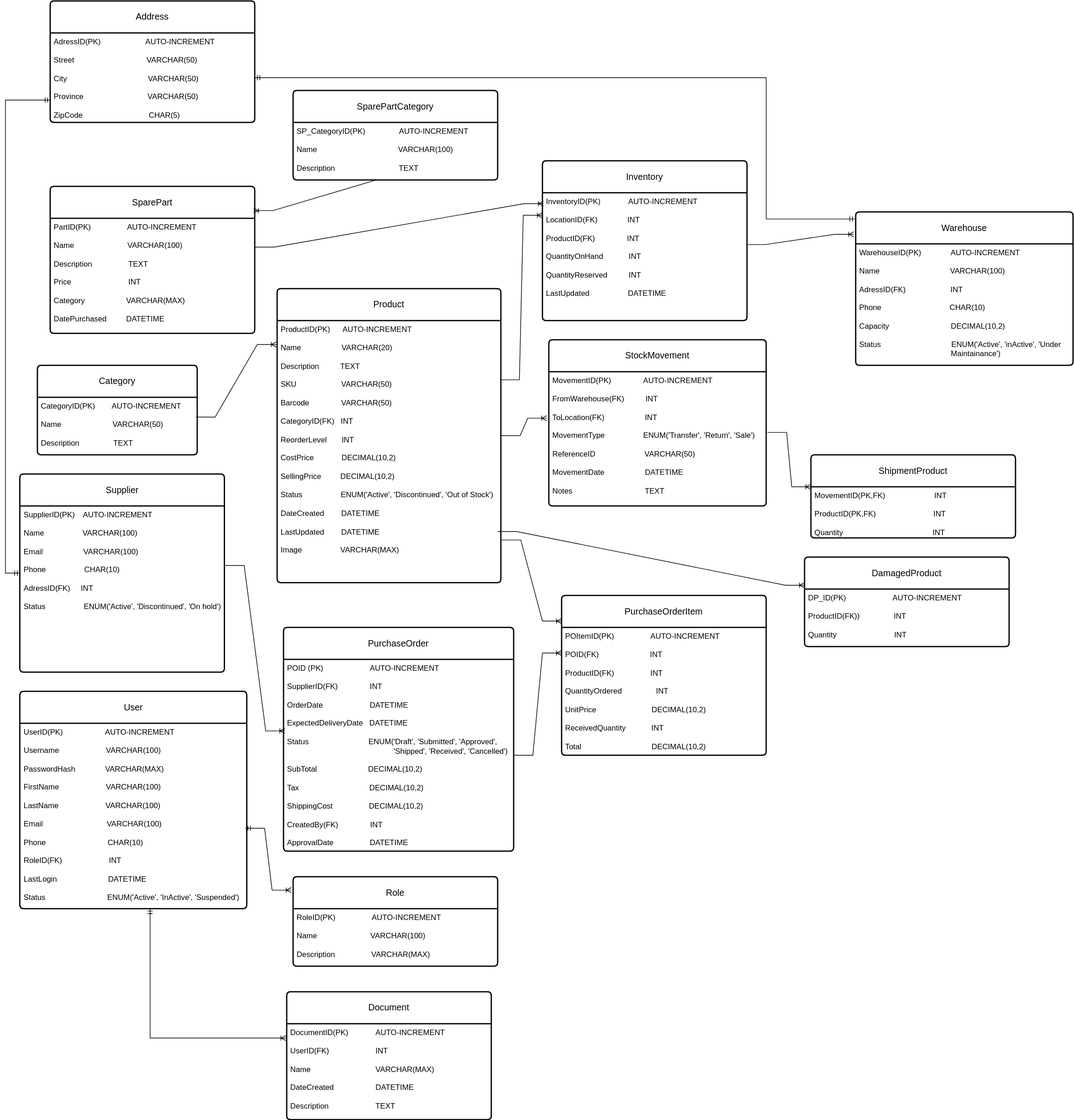
Before: database-design.svg, a diagram exported from draw.io (Simamkele88/IFM3_GP). Source tidied: cells renumbered, new cells last; positions are measured from the earlier drawing's top-left corner, leaving out a move shared by most shapes.
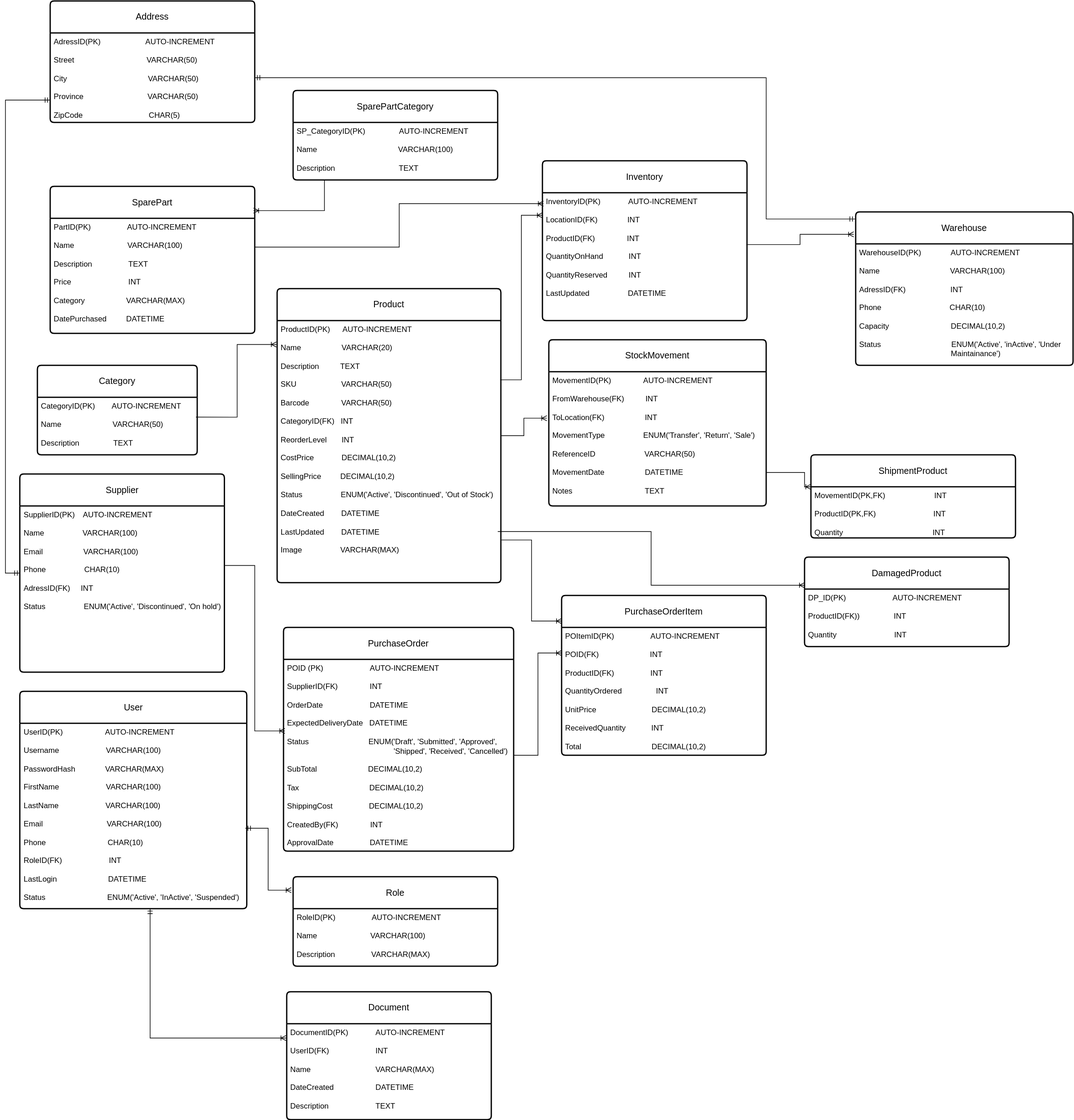
After the change.

Change to the diagram source:
```diff
@@ -23,7 +23,7 @@
     <mxCell id="8" value="Product" style="swimlane;horizontal=1;startSize=50;rounded=1;fontSize=14;fontStyle=0;strokeWidth=2;shadow=0;dashed=0;align=center;arcSize=4;whiteSpace=wrap;html=1;" parent="1" vertex="1">
       <mxGeometry x="425" y="450" width="350" height="460" as="geometry" />
     </mxCell>
-    <mxCell id="9" style="edgeStyle=entityRelationEdgeStyle;fontSize=12;html=1;endArrow=ERoneToMany;rounded=0;entryX=-0.009;entryY=0.346;entryDx=0;entryDy=0;entryPerimeter=0;" parent="8" edge="1" target="24">
+    <mxCell id="9" style="edgeStyle=elbowEdgeStyle;fontSize=12;html=1;endArrow=ERoneToMany;rounded=0;entryX=-0.009;entryY=0.346;entryDx=0;entryDy=0;entryPerimeter=0;" parent="8" edge="1" target="24">
       <mxGeometry relative="1" as="geometry">
         <mxPoint x="350" y="230" as="sourcePoint" />
       </mxGeometry>
@@ -85,32 +85,25 @@
     <mxCell id="28" value="&lt;div&gt;RoleID(PK)&amp;nbsp; &amp;nbsp; &amp;nbsp; &amp;nbsp; &amp;nbsp; &amp;nbsp; &amp;nbsp; &amp;nbsp; &amp;nbsp;AUTO-INCREMENT&lt;/div&gt;&lt;div&gt;&lt;br&gt;&lt;/div&gt;&lt;div&gt;Name&amp;nbsp; &amp;nbsp; &amp;nbsp; &amp;nbsp; &amp;nbsp; &amp;nbsp; &amp;nbsp; &amp;nbsp; &amp;nbsp; &amp;nbsp; &amp;nbsp; &amp;nbsp; &amp;nbsp;VARCHAR(100)&lt;/div&gt;&lt;div&gt;&lt;br&gt;&lt;/div&gt;&lt;div&gt;Description&amp;nbsp; &amp;nbsp; &amp;nbsp; &amp;nbsp; &amp;nbsp; &amp;nbsp; &amp;nbsp; &amp;nbsp; &amp;nbsp;VARCHAR(MAX)&lt;/div&gt;&lt;div&gt;&lt;br&gt;&lt;/div&gt;&lt;div&gt;&lt;br&gt;&lt;/div&gt;" style="align=left;strokeColor=none;fillColor=none;spacingLeft=4;spacingRight=4;fontSize=12;verticalAlign=top;html=1;whiteSpace=wrap;" parent="27" vertex="1">
       <mxGeometry y="50" width="320" height="90" as="geometry" />
     </mxCell>
-    <mxCell id="29" style="edgeStyle=entityRelationEdgeStyle;fontSize=12;html=1;endArrow=ERoneToMany;rounded=0;exitX=0.992;exitY=0.344;exitDx=0;exitDy=0;exitPerimeter=0;entryX=-0.003;entryY=0.091;entryDx=0;entryDy=0;entryPerimeter=0;" parent="1" edge="1" source="12" target="10">
+    <mxCell id="29" style="edgeStyle=orthogonalEdgeStyle;fontSize=12;html=1;endArrow=ERoneToMany;rounded=0;exitX=0.992;exitY=0.344;exitDx=0;exitDy=0;exitPerimeter=0;entryX=-0.003;entryY=0.091;entryDx=0;entryDy=0;entryPerimeter=0;" parent="1" edge="1" source="12" target="10">
       <mxGeometry relative="1" as="geometry" />
     </mxCell>
-    <mxCell id="30" style="edgeStyle=entityRelationEdgeStyle;fontSize=12;html=1;endArrow=ERoneToMany;rounded=0;exitX=0.997;exitY=0.226;exitDx=0;exitDy=0;exitPerimeter=0;entryX=0;entryY=0.176;entryDx=0;entryDy=0;entryPerimeter=0;" parent="1" edge="1" source="10" target="16">
+    <mxCell id="30" style="edgeStyle=elbowEdgeStyle;fontSize=12;html=1;endArrow=ERoneToMany;rounded=0;exitX=0.997;exitY=0.226;exitDx=0;exitDy=0;exitPerimeter=0;entryX=0;entryY=0.176;entryDx=0;entryDy=0;entryPerimeter=0;" parent="1" edge="1" source="10" target="16">
       <mxGeometry relative="1" as="geometry" />
     </mxCell>
-    <mxCell id="31" style="edgeStyle=entityRelationEdgeStyle;fontSize=12;html=1;endArrow=ERoneToMany;rounded=0;entryX=0.006;entryY=0.373;entryDx=0;entryDy=0;entryPerimeter=0;exitX=1.003;exitY=0.358;exitDx=0;exitDy=0;exitPerimeter=0;" parent="1" edge="1" source="14" target="20">
+    <mxCell id="31" style="edgeStyle=elbowEdgeStyle;fontSize=12;html=1;endArrow=ERoneToMany;rounded=0;entryX=0.006;entryY=0.373;entryDx=0;entryDy=0;entryPerimeter=0;exitX=1.003;exitY=0.358;exitDx=0;exitDy=0;exitPerimeter=0;" parent="1" edge="1" source="14" target="20">
       <mxGeometry relative="1" as="geometry" />
     </mxCell>
-    <mxCell id="32" style="edgeStyle=entityRelationEdgeStyle;fontSize=12;html=1;endArrow=ERoneToMany;rounded=0;entryX=0;entryY=0.2;entryDx=0;entryDy=0;entryPerimeter=0;" parent="1" edge="1" source="20" target="22">
+    <mxCell id="32" style="edgeStyle=elbowEdgeStyle;fontSize=12;html=1;endArrow=ERoneToMany;rounded=0;entryX=0;entryY=0.2;entryDx=0;entryDy=0;entryPerimeter=0;" parent="1" edge="1" source="20" target="22">
       <mxGeometry relative="1" as="geometry" />
     </mxCell>
-    <mxCell id="33" style="edgeStyle=entityRelationEdgeStyle;fontSize=12;html=1;endArrow=ERoneToMany;rounded=0;entryX=0;entryY=0.16;entryDx=0;entryDy=0;entryPerimeter=0;exitX=1.003;exitY=0.837;exitDx=0;exitDy=0;exitPerimeter=0;" parent="1" edge="1" source="10" target="21">
-      <mxGeometry relative="1" as="geometry">
-        <Array as="points">
-          <mxPoint x="1170" y="960" />
-          <mxPoint x="1070" y="970" />
-          <mxPoint x="1080" y="970" />
-          <mxPoint x="1120" y="970" />
-        </Array>
-      </mxGeometry>
+    <mxCell id="33" style="edgeStyle=elbowEdgeStyle;fontSize=12;html=1;endArrow=ERoneToMany;rounded=0;entryX=0;entryY=0.16;entryDx=0;entryDy=0;entryPerimeter=0;exitX=1.003;exitY=0.837;exitDx=0;exitDy=0;exitPerimeter=0;" parent="1" edge="1" source="10" target="21">
+      <mxGeometry relative="1" as="geometry" />
     </mxCell>
-    <mxCell id="34" style="edgeStyle=entityRelationEdgeStyle;fontSize=12;html=1;endArrow=ERoneToMany;rounded=0;entryX=-0.009;entryY=0.146;entryDx=0;entryDy=0;entryPerimeter=0;exitX=0.997;exitY=0.405;exitDx=0;exitDy=0;exitPerimeter=0;" parent="1" edge="1" source="16" target="17">
+    <mxCell id="34" style="edgeStyle=elbowEdgeStyle;fontSize=12;html=1;endArrow=ERoneToMany;rounded=0;entryX=-0.009;entryY=0.146;entryDx=0;entryDy=0;entryPerimeter=0;exitX=0.997;exitY=0.405;exitDx=0;exitDy=0;exitPerimeter=0;" parent="1" edge="1" source="16" target="17">
       <mxGeometry relative="1" as="geometry" />
     </mxCell>
-    <mxCell id="35" style="edgeStyle=entityRelationEdgeStyle;fontSize=12;html=1;endArrow=ERoneToMany;startArrow=ERmandOne;rounded=0;entryX=-0.009;entryY=0.15;entryDx=0;entryDy=0;entryPerimeter=0;exitX=0.994;exitY=0.566;exitDx=0;exitDy=0;exitPerimeter=0;" parent="1" edge="1" source="26" target="27">
+    <mxCell id="35" style="edgeStyle=elbowEdgeStyle;fontSize=12;html=1;endArrow=ERoneToMany;startArrow=ERmandOne;rounded=0;entryX=-0.009;entryY=0.15;entryDx=0;entryDy=0;entryPerimeter=0;exitX=0.994;exitY=0.566;exitDx=0;exitDy=0;exitPerimeter=0;" parent="1" edge="1" source="26" target="27">
       <mxGeometry relative="1" as="geometry" />
     </mxCell>
     <mxCell id="36" value="SparePart" style="swimlane;horizontal=1;startSize=50;rounded=1;fontSize=14;fontStyle=0;strokeWidth=2;shadow=0;dashed=0;align=center;arcSize=4;whiteSpace=wrap;html=1;" parent="1" vertex="1">
@@ -132,7 +125,7 @@
         </Array>
       </mxGeometry>
     </mxCell>
-    <mxCell id="41" style="edgeStyle=entityRelationEdgeStyle;fontSize=12;html=1;endArrow=ERoneToMany;rounded=0;exitX=1;exitY=0.25;exitDx=0;exitDy=0;entryX=0.005;entryY=0.085;entryDx=0;entryDy=0;entryPerimeter=0;" parent="1" edge="1" source="37" target="16">
+    <mxCell id="41" style="edgeStyle=elbowEdgeStyle;fontSize=12;html=1;endArrow=ERoneToMany;rounded=0;exitX=1;exitY=0.25;exitDx=0;exitDy=0;entryX=0.005;entryY=0.085;entryDx=0;entryDy=0;entryPerimeter=0;" parent="1" edge="1" source="37" target="16">
       <mxGeometry relative="1" as="geometry" />
     </mxCell>
     <mxCell id="42" value="ShipmentProduct" style="swimlane;horizontal=1;startSize=50;rounded=1;fontSize=14;fontStyle=0;strokeWidth=2;shadow=0;dashed=0;align=center;arcSize=4;whiteSpace=wrap;html=1;" parent="1" vertex="1">
@@ -141,10 +134,11 @@
     <mxCell id="43" value="&lt;div&gt;MovementID(PK,FK)&amp;nbsp; &amp;nbsp; &amp;nbsp; &amp;nbsp; &amp;nbsp; &amp;nbsp; &amp;nbsp; &amp;nbsp; &amp;nbsp; &amp;nbsp; &amp;nbsp; &amp;nbsp;INT&lt;/div&gt;&lt;div&gt;&lt;br&gt;&lt;/div&gt;&lt;div&gt;ProductID(PK,FK)&amp;nbsp; &amp;nbsp; &amp;nbsp; &amp;nbsp; &amp;nbsp; &amp;nbsp; &amp;nbsp; &amp;nbsp; &amp;nbsp; &amp;nbsp; &amp;nbsp; &amp;nbsp; &amp;nbsp; &amp;nbsp;INT&lt;/div&gt;&lt;div&gt;&lt;br&gt;&lt;/div&gt;&lt;div&gt;Quantity&amp;nbsp; &amp;nbsp; &amp;nbsp; &amp;nbsp; &amp;nbsp; &amp;nbsp; &amp;nbsp; &amp;nbsp; &amp;nbsp; &amp;nbsp; &amp;nbsp; &amp;nbsp; &amp;nbsp; &amp;nbsp; &amp;nbsp; &amp;nbsp; &amp;nbsp; &amp;nbsp; &amp;nbsp; &amp;nbsp; &amp;nbsp; INT&lt;/div&gt;" style="align=left;strokeColor=none;fillColor=none;spacingLeft=4;spacingRight=4;fontSize=12;verticalAlign=top;html=1;whiteSpace=wrap;" parent="42" vertex="1">
       <mxGeometry y="50" width="320" height="80" as="geometry" />
     </mxCell>
-    <mxCell id="44" style="edgeStyle=entityRelationEdgeStyle;fontSize=12;html=1;endArrow=ERoneToMany;rounded=0;entryX=0;entryY=0;entryDx=0;entryDy=0;exitX=1.006;exitY=0.452;exitDx=0;exitDy=0;exitPerimeter=0;" parent="1" edge="1" source="24" target="43">
+    <mxCell id="44" style="edgeStyle=orthogonalEdgeStyle;fontSize=12;html=1;endArrow=ERoneToMany;rounded=0;entryX=0;entryY=0;entryDx=0;entryDy=0;exitX=1;exitY=0.75;exitDx=0;exitDy=0;" parent="1" edge="1" source="24" target="43">
       <mxGeometry relative="1" as="geometry">
         <Array as="points">
-          <mxPoint x="1060" y="670" />
+          <mxPoint x="1250" y="738" />
+          <mxPoint x="1250" y="760" />
         </Array>
       </mxGeometry>
     </mxCell>
@@ -154,17 +148,8 @@
     <mxCell id="46" value="DP_ID(PK)&amp;nbsp; &amp;nbsp; &amp;nbsp; &amp;nbsp; &amp;nbsp; &amp;nbsp; &amp;nbsp; &amp;nbsp; &amp;nbsp; &amp;nbsp; &amp;nbsp; AUTO-INCREMENT&lt;div&gt;&lt;br&gt;&lt;/div&gt;&lt;div&gt;ProductID(FK))&amp;nbsp; &amp;nbsp; &amp;nbsp; &amp;nbsp; &amp;nbsp; &amp;nbsp; &amp;nbsp; &amp;nbsp; INT&lt;/div&gt;&lt;div&gt;&lt;br&gt;&lt;/div&gt;&lt;div&gt;Quantity&amp;nbsp; &amp;nbsp; &amp;nbsp; &amp;nbsp; &amp;nbsp; &amp;nbsp; &amp;nbsp; &amp;nbsp; &amp;nbsp; &amp;nbsp; &amp;nbsp; &amp;nbsp; &amp;nbsp; &amp;nbsp;INT&lt;/div&gt;" style="align=left;strokeColor=none;fillColor=none;spacingLeft=4;spacingRight=4;fontSize=12;verticalAlign=top;html=1;whiteSpace=wrap;" parent="45" vertex="1">
       <mxGeometry y="50" width="320" height="90" as="geometry" />
     </mxCell>
-    <mxCell id="47" style="edgeStyle=entityRelationEdgeStyle;fontSize=12;html=1;endArrow=ERoneToMany;rounded=0;entryX=0;entryY=0.314;entryDx=0;entryDy=0;entryPerimeter=0;exitX=0.986;exitY=0.805;exitDx=0;exitDy=0;exitPerimeter=0;" parent="1" edge="1" source="10" target="45">
-      <mxGeometry relative="1" as="geometry">
-        <Array as="points">
-          <mxPoint x="790" y="830" />
-          <mxPoint x="1180" y="970" />
-          <mxPoint x="1020" y="880" />
-          <mxPoint x="1080" y="980" />
-          <mxPoint x="1090" y="980" />
-          <mxPoint x="1130" y="980" />
-        </Array>
-      </mxGeometry>
+    <mxCell id="47" style="edgeStyle=elbowEdgeStyle;fontSize=12;html=1;endArrow=ERoneToMany;rounded=0;entryX=0;entryY=0.314;entryDx=0;entryDy=0;entryPerimeter=0;exitX=0.986;exitY=0.805;exitDx=0;exitDy=0;exitPerimeter=0;" parent="1" edge="1" source="10" target="45">
+      <mxGeometry relative="1" as="geometry" />
     </mxCell>
     <mxCell id="48" value="SparePartCategory" style="swimlane;horizontal=1;startSize=50;rounded=1;fontSize=14;fontStyle=0;strokeWidth=2;shadow=0;dashed=0;align=center;arcSize=4;whiteSpace=wrap;html=1;" parent="1" vertex="1">
       <mxGeometry x="450" y="140" width="320" height="140" as="geometry" />
@@ -172,7 +157,7 @@
     <mxCell id="49" value="&lt;div&gt;SP_CategoryID(PK)&amp;nbsp; &amp;nbsp; &amp;nbsp; &amp;nbsp; &amp;nbsp; &amp;nbsp; &amp;nbsp; &amp;nbsp; AUTO-INCREMENT&lt;/div&gt;&lt;div&gt;&lt;br&gt;&lt;/div&gt;&lt;div&gt;Name&amp;nbsp; &amp;nbsp; &amp;nbsp; &amp;nbsp; &amp;nbsp; &amp;nbsp; &amp;nbsp; &amp;nbsp; &amp;nbsp; &amp;nbsp; &amp;nbsp; &amp;nbsp; &amp;nbsp; &amp;nbsp; &amp;nbsp; &amp;nbsp; &amp;nbsp; &amp;nbsp; &amp;nbsp; VARCHAR(100)&lt;/div&gt;&lt;div&gt;&lt;br&gt;&lt;/div&gt;&lt;div&gt;Description&amp;nbsp; &amp;nbsp; &amp;nbsp; &amp;nbsp; &amp;nbsp; &amp;nbsp; &amp;nbsp; &amp;nbsp; &amp;nbsp; &amp;nbsp; &amp;nbsp; &amp;nbsp; &amp;nbsp; &amp;nbsp; &amp;nbsp; TEXT&lt;/div&gt;&lt;div&gt;&lt;br&gt;&lt;/div&gt;&lt;div&gt;&lt;br&gt;&lt;/div&gt;" style="align=left;strokeColor=none;fillColor=none;spacingLeft=4;spacingRight=4;fontSize=12;verticalAlign=top;html=1;whiteSpace=wrap;" parent="48" vertex="1">
       <mxGeometry y="50" width="320" height="90" as="geometry" />
     </mxCell>
-    <mxCell id="50" style="edgeStyle=entityRelationEdgeStyle;fontSize=12;html=1;endArrow=ERoneToMany;rounded=0;exitX=0.5;exitY=1;exitDx=0;exitDy=0;entryX=0.994;entryY=0.165;entryDx=0;entryDy=0;entryPerimeter=0;" parent="1" edge="1" source="49" target="36">
+    <mxCell id="50" style="edgeStyle=elbowEdgeStyle;fontSize=12;html=1;endArrow=ERoneToMany;rounded=0;exitX=0.5;exitY=1;exitDx=0;exitDy=0;entryX=0.994;entryY=0.165;entryDx=0;entryDy=0;entryPerimeter=0;" parent="1" edge="1" source="49" target="36">
       <mxGeometry relative="1" as="geometry" />
     </mxCell>
     <mxCell id="51" value="Address" style="swimlane;horizontal=1;startSize=50;rounded=1;fontSize=14;fontStyle=0;strokeWidth=2;shadow=0;dashed=0;align=center;arcSize=4;whiteSpace=wrap;html=1;" parent="1" vertex="1">
```
